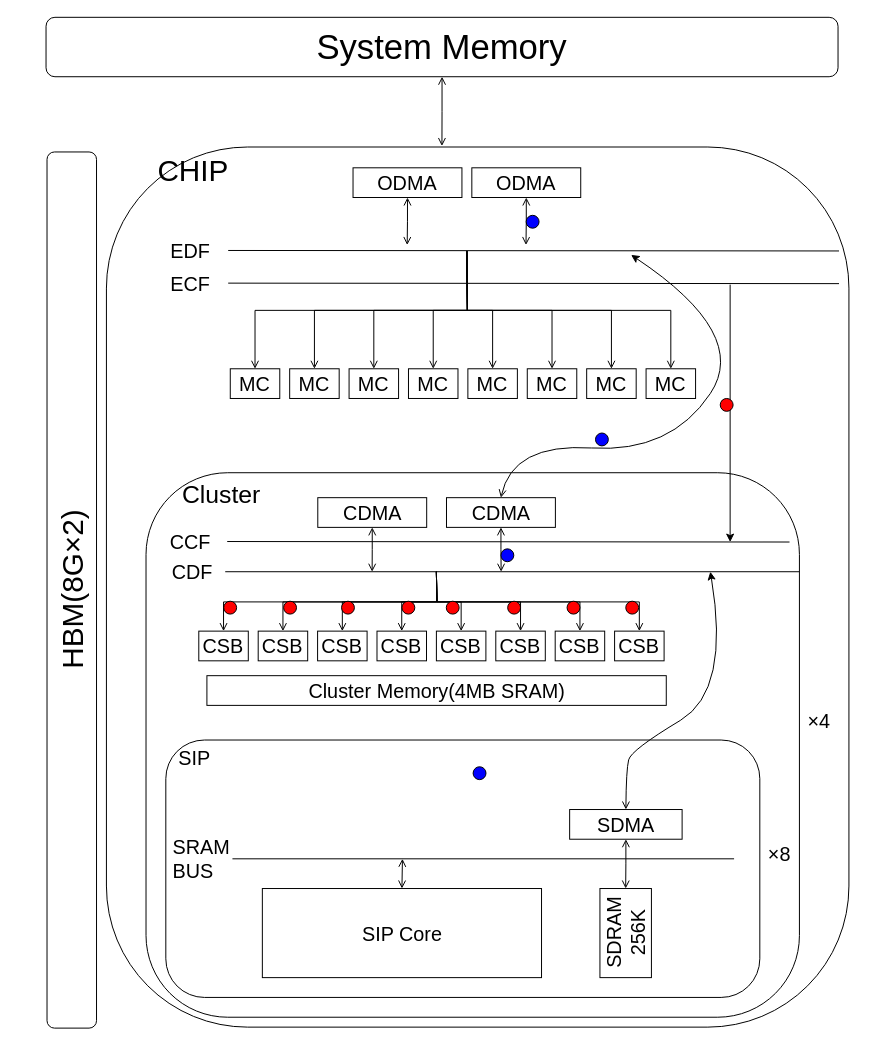
Earlier version of the draw.io diagram diagram/bpm.drawio (dracohan/withon). Source tidied: cells renumbered, new cells numbered last; positions are measured from the earlier drawing's top-left corner, leaving out a move shared by most shapes. Both pictures are drawn from the tidied source at 99%, with x=0, y=0 at pixel (46, 17).
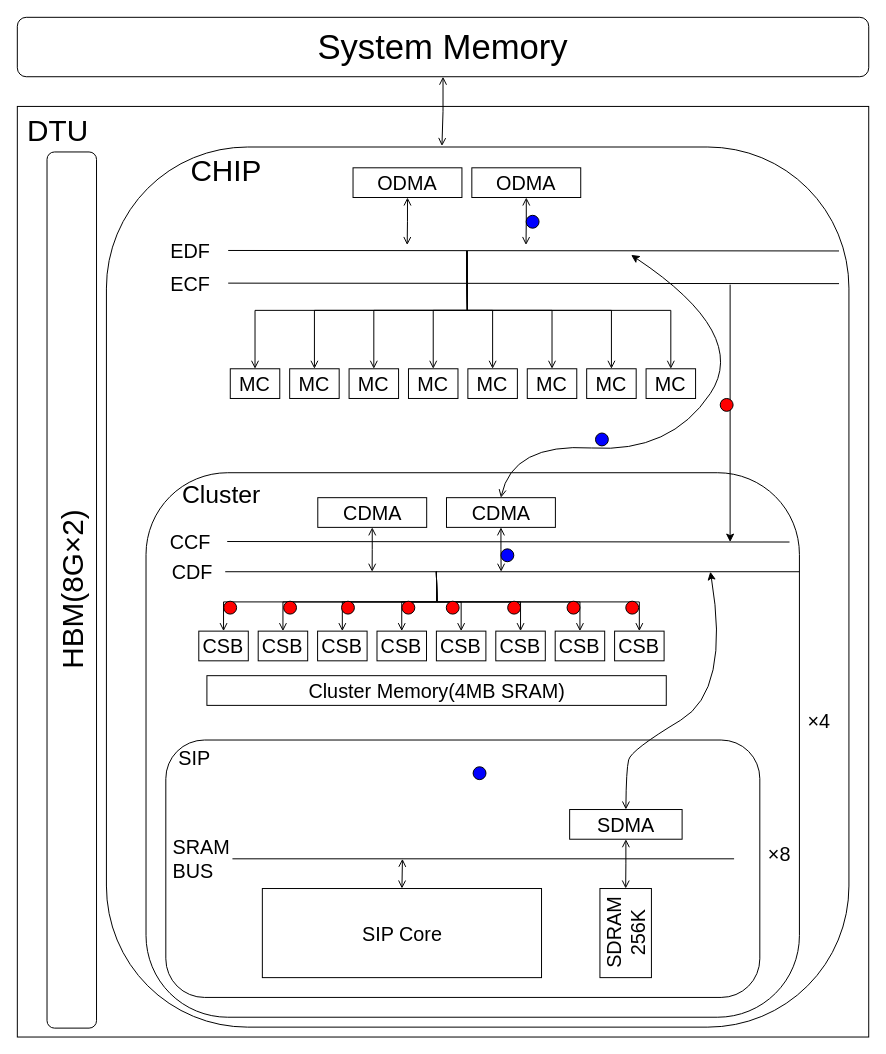
The same diagram, later.

What changed in the source:
```diff
@@
+    <mxCell id="82" value="&lt;font style=&quot;font-size: 30px&quot;&gt;&amp;nbsp;DTU&lt;/font&gt;" style="rounded=0;whiteSpace=wrap;html=1;strokeColor=#000000;fillColor=#FFFFFF;fontSize=20;align=left;verticalAlign=top;" parent="1" vertex="1">
+      <mxGeometry x="-29" y="90" width="860" height="940" as="geometry" />
+    </mxCell>
-    <mxCell id="2" value="&lt;font style=&quot;font-size: 30px&quot;&gt;&amp;nbsp; &amp;nbsp; &amp;nbsp; CHIP&lt;/font&gt;" style="rounded=1;whiteSpace=wrap;html=1;align=left;verticalAlign=top;fontSize=25;arcSize=19;" parent="1" vertex="1">
+    <mxCell id="2" value="&lt;font style=&quot;font-size: 30px&quot;&gt;&amp;nbsp; &amp;nbsp; &amp;nbsp; &amp;nbsp; &amp;nbsp; CHIP&lt;/font&gt;" style="rounded=1;whiteSpace=wrap;html=1;align=left;verticalAlign=top;fontSize=25;arcSize=19;" parent="1" vertex="1">
       <mxGeometry x="61" y="131" width="750" height="889" as="geometry" />
     </mxCell>
@@
     <mxCell id="59" value="&lt;font style=&quot;font-size: 35px&quot;&gt;System Memory&lt;/font&gt;" style="rounded=1;whiteSpace=wrap;html=1;fontSize=20;align=center;" parent="1" vertex="1">
-      <mxGeometry width="800" height="60" as="geometry" />
+      <mxGeometry x="-29" width="860" height="60" as="geometry" />
     </mxCell>
```
